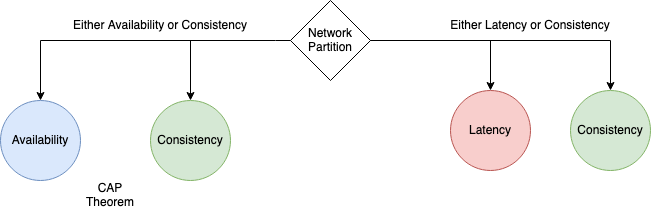
Anshul619/HLD-System-Designs keeps this draw.io diagram as src/1_HLDDesignComponents/0_SystemGlossaries/assests/PACELC_Diagram.drawio.png. Above is the earlier version. Source tidied: cells renumbered, new cells last; positions are measured from the earlier drawing's top-left corner, leaving out a move shared by most shapes.
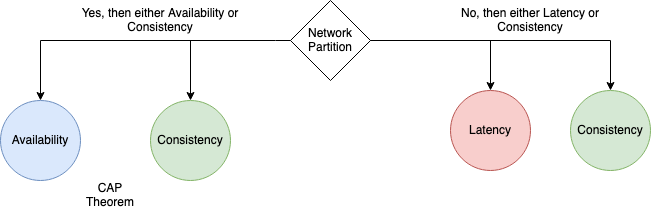
After the change.

Commit message:
PACELC theorem

The edit, as a diff of the source:
```diff
@@ -24,8 +24,8 @@
         <mxPoint x="190" y="40" as="sourcePoint" />
       </mxGeometry>
     </mxCell>
-    <mxCell id="7" value="Either Availability or Consistency" style="text;html=1;strokeColor=none;fillColor=none;align=center;verticalAlign=middle;whiteSpace=wrap;rounded=0;" parent="1" vertex="1">
-      <mxGeometry x="70" y="10" width="180" height="30" as="geometry" />
+    <mxCell id="7" value="Yes, then either Availability or Consistency" style="text;html=1;strokeColor=none;fillColor=none;align=center;verticalAlign=middle;whiteSpace=wrap;rounded=0;" parent="1" vertex="1">
+      <mxGeometry x="70" y="5" width="180" height="30" as="geometry" />
     </mxCell>
     <mxCell id="8" value="Latency" style="ellipse;whiteSpace=wrap;html=1;fillColor=#f8cecc;strokeColor=#b85450;" parent="1" vertex="1">
       <mxGeometry x="450" y="90" width="80" height="80" as="geometry" />
@@ -42,8 +42,8 @@
     <mxCell id="12" style="endArrow=classic;html=1;rounded=0;exitX=1;exitY=0.5;exitDx=0;exitDy=0;entryX=0.5;entryY=0;entryDx=0;entryDy=0;edgeStyle=orthogonalEdgeStyle;" parent="1" edge="1" source="2" target="8">
       <mxGeometry relative="1" as="geometry" />
     </mxCell>
-    <mxCell id="13" value="Either Latency or Consistency" style="text;html=1;strokeColor=none;fillColor=none;align=center;verticalAlign=middle;whiteSpace=wrap;rounded=0;" parent="1" vertex="1">
-      <mxGeometry x="440" y="10" width="180" height="30" as="geometry" />
+    <mxCell id="13" value="No, then either Latency or Consistency" style="text;html=1;strokeColor=none;fillColor=none;align=center;verticalAlign=middle;whiteSpace=wrap;rounded=0;" parent="1" vertex="1">
+      <mxGeometry x="440" y="5" width="180" height="30" as="geometry" />
     </mxCell>
   </root>
 </mxGraphModel>
```
